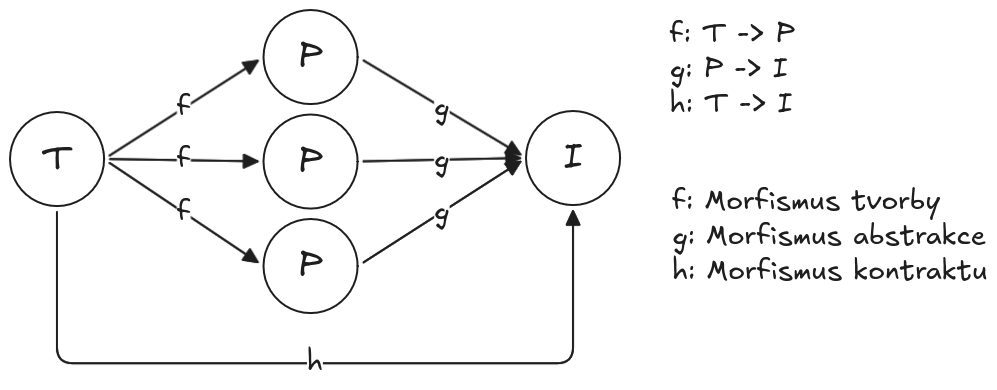
Bahamut731lp/thesis-master keeps this Excalidraw diagram as obrazky/diplomka/category_factory.excalidraw.png. Above is the earlier version. Source tidied: one line per element, renumbered; positions are measured from the earlier drawing's top-left corner, leaving out a move shared by most shapes.
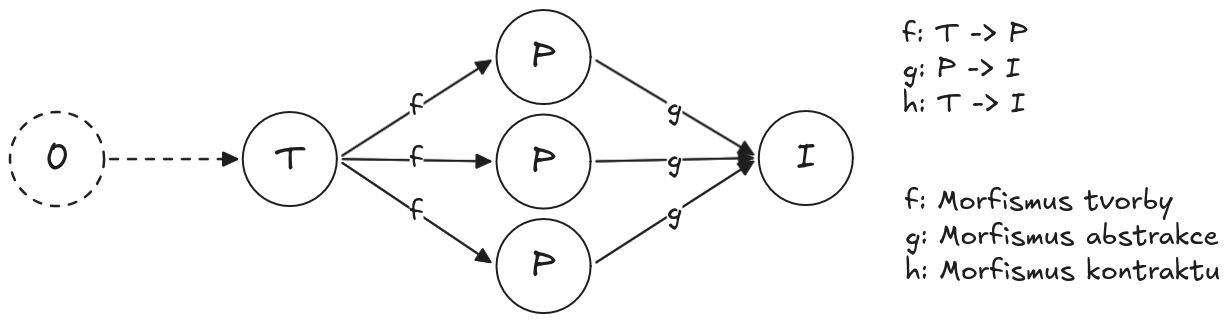
The same diagram one commit later.

What changed in the source:
```diff
@@ -22,5 +22,6 @@
 {"id": 21, "type": "text", "text": "g", "strokeColor": "#1e1e1e", "strokeWidth": 2, "roughness": 0, "fontSize": 28, "fontFamily": 5, "textAlign": "center", "verticalAlign": "middle", "inside": 20, "x": 555, "y": 225, "width": 16, "height": 35}
 {"id": 22, "type": "arrow", "strokeColor": "#1e1e1e", "strokeWidth": 2, "roughness": 0, "endArrowhead": "triangle", "round": true, "from": 12, "to": 2, "x": 354, "y": 350, "width": 157, "height": 101, "points": [[0, 0], [157, -101]]}
 {"id": 23, "type": "text", "text": "g", "strokeColor": "#1e1e1e", "strokeWidth": 2, "roughness": 0, "fontSize": 28, "fontFamily": 5, "textAlign": "center", "verticalAlign": "middle", "inside": 22, "x": 560, "y": 289, "width": 16, "height": 35}
-{"id": 24, "type": "arrow", "strokeColor": "#1e1e1e", "strokeWidth": 2, "roughness": 0, "endArrowhead": "triangle", "from": 0, "to": 2, "x": 47, "y": 300, "width": 516, "height": 152, "points": [[0, 0], [0, 151], [516, 151], [516, -1]]}
-{"id": 25, "type": "text", "text": "h", "strokeColor": "#1e1e1e", "strokeWidth": 2, "roughness": 0, "fontSize": 28, "fontFamily": 5, "textAlign": "center", "verticalAlign": "middle", "inside": 24, "x": 297, "y": 0, "width": 16, "height": 35}
+{"id": 26, "type": "ellipse", "strokeColor": "#1e1e1e", "strokeWidth": 2, "strokeStyle": "dashed", "roughness": 0, "round": true, "x": -233, "y": 200, "width": 94, "height": 94}
+{"id": 27, "type": "text", "text": "0", "strokeColor": "#1e1e1e", "strokeWidth": 2, "roughness": 0, "fontSize": 36, "fontFamily": 5, "textAlign": "center", "verticalAlign": "middle", "inside": 26, "x": -197, "y": 224, "width": 24, "height": 45}
+{"id": 28, "type": "arrow", "strokeColor": "#1e1e1e", "strokeWidth": 2, "strokeStyle": "dashed", "roughness": 0, "endArrowhead": "triangle", "from": 26, "to": 0, "x": -133, "y": 247, "width": 127, "height": 0, "points": [[0, 0], [127, 0]]}
```
